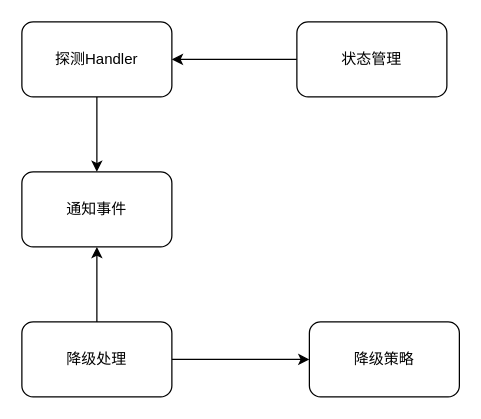
Above: NLP领域图.drawio in hack0303/draw.io-store (draw.io), before the change. Source tidied: cells renumbered, new cells numbered last; positions are measured from the earlier drawing's top-left corner, leaving out a move shared by most shapes. Both pictures are drawn from the tidied source at 125%, with x=0, y=0 at pixel (21, 21).
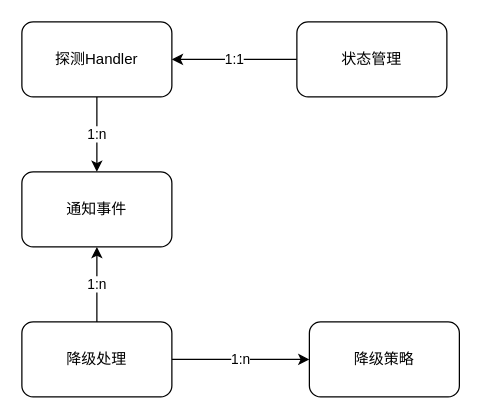
The same page after the edit.

Commit message (it also covers changes not shown here):
更新NLP领域图.drawio

What changed in the source:
```diff
@@
 <mxGraphModel>
   <root>
     <mxCell id="0" />
     <mxCell id="1" parent="0" />
-    <mxCell id="2" style="edgeStyle=orthogonalEdgeStyle;rounded=0;jettySize=auto;html=1;exitX=0.5;exitY=1;exitDx=0;exitDy=0;entryX=0.5;entryY=0;entryDx=0;entryDy=0;" parent="1" edge="1" source="3" target="7">
+    <mxCell id="2" value="1:n" style="edgeStyle=orthogonalEdgeStyle;rounded=0;jettySize=auto;html=1;exitX=0.5;exitY=1;exitDx=0;exitDy=0;entryX=0.5;entryY=0;entryDx=0;entryDy=0;" parent="1" edge="1" source="3" target="7">
       <mxGeometry relative="1" as="geometry" />
     </mxCell>
     <mxCell id="3" value="探测Handler" style="rounded=1;whiteSpace=wrap;html=1;" parent="1" vertex="1">
       <mxGeometry width="120" height="60" as="geometry" />
     </mxCell>
     <mxCell id="4" value="降级策略" style="rounded=1;whiteSpace=wrap;html=1;" parent="1" vertex="1">
       <mxGeometry x="230" y="240" width="120" height="60" as="geometry" />
     </mxCell>
-    <mxCell id="5" style="edgeStyle=orthogonalEdgeStyle;rounded=0;jettySize=auto;html=1;entryX=1;entryY=0.5;entryDx=0;entryDy=0;" parent="1" edge="1" source="6" target="3">
+    <mxCell id="5" value="1:1" style="edgeStyle=orthogonalEdgeStyle;rounded=0;jettySize=auto;html=1;entryX=1;entryY=0.5;entryDx=0;entryDy=0;" parent="1" edge="1" source="6" target="3">
       <mxGeometry relative="1" as="geometry" />
     </mxCell>
     <mxCell id="6" value="状态管理" style="rounded=1;whiteSpace=wrap;html=1;" parent="1" vertex="1">
       <mxGeometry x="220" width="120" height="60" as="geometry" />
     </mxCell>
     <mxCell id="7" value="通知事件" style="rounded=1;whiteSpace=wrap;html=1;" parent="1" vertex="1">
       <mxGeometry y="120" width="120" height="60" as="geometry" />
     </mxCell>
-    <mxCell id="8" style="edgeStyle=orthogonalEdgeStyle;rounded=0;jettySize=auto;html=1;exitX=0.5;exitY=0;exitDx=0;exitDy=0;entryX=0.5;entryY=1;entryDx=0;entryDy=0;" parent="1" edge="1" source="10" target="7">
+    <mxCell id="8" value="1:n" style="edgeStyle=orthogonalEdgeStyle;rounded=0;jettySize=auto;html=1;exitX=0.5;exitY=0;exitDx=0;exitDy=0;entryX=0.5;entryY=1;entryDx=0;entryDy=0;" parent="1" edge="1" source="10" target="7">
       <mxGeometry relative="1" as="geometry" />
     </mxCell>
-    <mxCell id="9" style="edgeStyle=orthogonalEdgeStyle;rounded=0;jettySize=auto;html=1;exitX=1;exitY=0.5;exitDx=0;exitDy=0;entryX=0;entryY=0.5;entryDx=0;entryDy=0;" parent="1" edge="1" source="10" target="4">
+    <mxCell id="9" value="1:n" style="edgeStyle=orthogonalEdgeStyle;rounded=0;jettySize=auto;html=1;exitX=1;exitY=0.5;exitDx=0;exitDy=0;entryX=0;entryY=0.5;entryDx=0;entryDy=0;" parent="1" edge="1" source="10" target="4">
       <mxGeometry relative="1" as="geometry" />
     </mxCell>
     <mxCell id="10" value="降级处理" style="rounded=1;whiteSpace=wrap;html=1;" parent="1" vertex="1">
       <mxGeometry y="240" width="120" height="60" as="geometry" />
     </mxCell>
   </root>
 </mxGraphModel>
```
